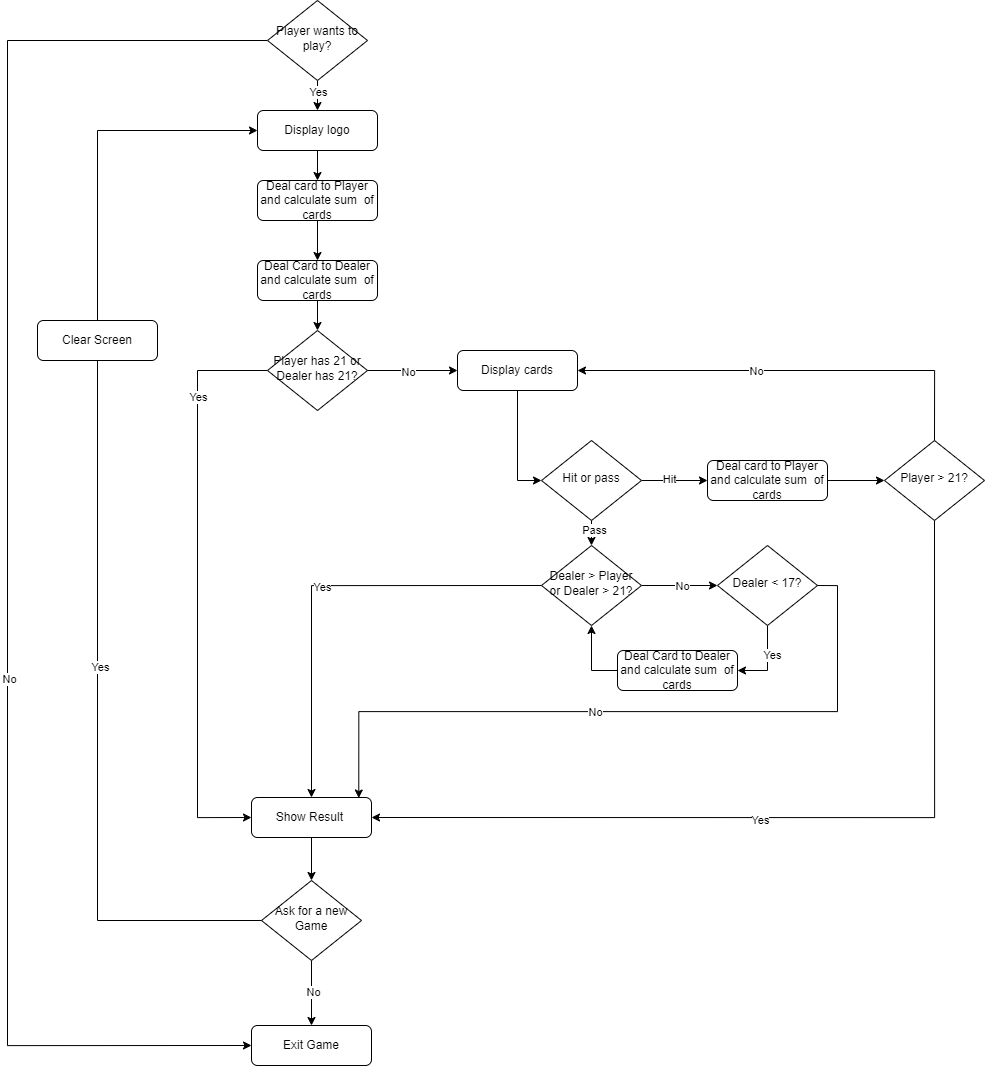
Above: day_11_blackjack_game/project_files/flowchart_blackjack.png in ErkanHatipoglu/100-days-of-code (draw.io), before the change. Source tidied: cells renumbered, new cells last; positions are measured from the earlier drawing's top-left corner, leaving out a move shared by most shapes.
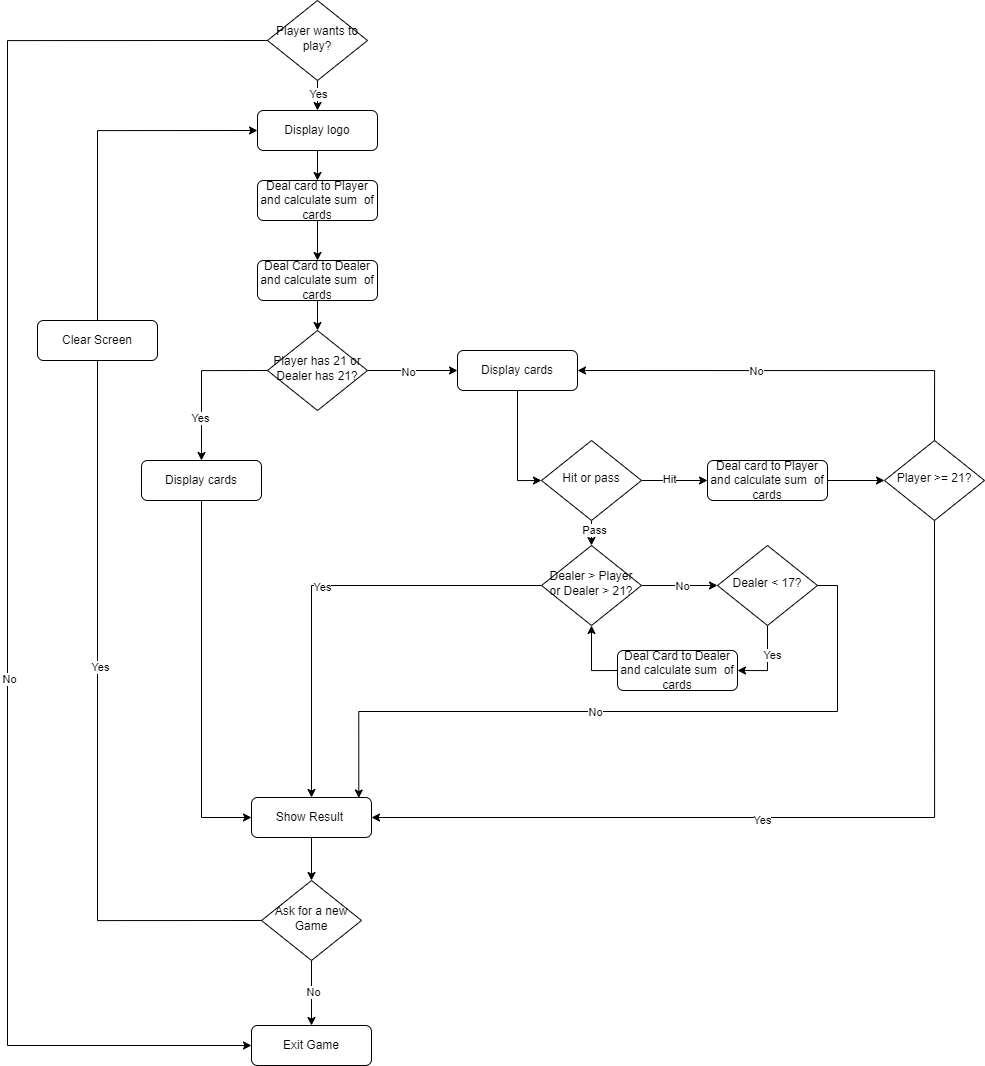
Later version of the same file.

Change to the diagram source:
```diff
@@ -14,23 +14,18 @@
     <mxCell id="5" value="Deal card to Player and calculate sum&amp;nbsp; of cards" style="rounded=1;whiteSpace=wrap;html=1;fontSize=12;glass=0;strokeWidth=1;shadow=0;" parent="1" vertex="1">
       <mxGeometry x="250" y="180" width="120" height="40" as="geometry" />
     </mxCell>
-    <mxCell id="6" style="edgeStyle=orthogonalEdgeStyle;rounded=0;jettySize=auto;html=1;exitX=0;exitY=0.5;exitDx=0;exitDy=0;entryX=0;entryY=0.5;entryDx=0;entryDy=0;" parent="1" edge="1" source="10" target="12">
-      <mxGeometry relative="1" as="geometry">
-        <Array as="points">
-          <mxPoint x="190" y="370" />
-          <mxPoint x="190" y="817" />
-        </Array>
-      </mxGeometry>
-    </mxCell>
-    <mxCell id="7" value="Yes" style="edgeLabel;html=1;align=center;verticalAlign=middle;" parent="6" vertex="1">
-      <mxGeometry x="-0.67" relative="1" as="geometry" />
-    </mxCell>
     <mxCell id="8" style="edgeStyle=orthogonalEdgeStyle;rounded=0;jettySize=auto;html=1;exitX=1;exitY=0.5;exitDx=0;exitDy=0;" parent="1" edge="1" source="10" target="14">
       <mxGeometry relative="1" as="geometry" />
     </mxCell>
     <mxCell id="9" value="No" style="edgeLabel;html=1;align=center;verticalAlign=middle;" parent="8" vertex="1">
       <mxGeometry x="-0.11" y="-1" relative="1" as="geometry" />
     </mxCell>
+    <mxCell id="54" style="edgeStyle=orthogonalEdgeStyle;rounded=0;jettySize=auto;html=1;exitX=0;exitY=0.5;exitDx=0;exitDy=0;entryX=0.5;entryY=0;entryDx=0;entryDy=0;" parent="1" edge="1" source="10" target="56">
+      <mxGeometry relative="1" as="geometry" />
+    </mxCell>
+    <mxCell id="7" value="Yes" style="edgeLabel;html=1;align=center;verticalAlign=middle;" parent="54" vertex="1">
+      <mxGeometry x="0.45" y="-2" relative="1" as="geometry" />
+    </mxCell>
     <mxCell id="10" value="Player has 21 or Dealer has 21?" style="rhombus;whiteSpace=wrap;html=1;shadow=0;fontFamily=Helvetica;fontSize=12;align=center;strokeWidth=1;spacing=6;spacingTop=-4;" parent="1" vertex="1">
       <mxGeometry x="260" y="330" width="100" height="80" as="geometry" />
     </mxCell>
@@ -161,7 +156,7 @@
         <mxPoint x="-1" as="offset" />
       </mxGeometry>
     </mxCell>
-    <mxCell id="48" value="Player &amp;gt; 21?" style="rhombus;whiteSpace=wrap;html=1;shadow=0;fontFamily=Helvetica;fontSize=12;align=center;strokeWidth=1;spacing=6;spacingTop=-4;" parent="1" vertex="1">
+    <mxCell id="48" value="Player &amp;gt;= 21?" style="rhombus;whiteSpace=wrap;html=1;shadow=0;fontFamily=Helvetica;fontSize=12;align=center;strokeWidth=1;spacing=6;spacingTop=-4;" parent="1" vertex="1">
       <mxGeometry x="877" y="440" width="100" height="80" as="geometry" />
     </mxCell>
     <mxCell id="49" style="edgeStyle=orthogonalEdgeStyle;rounded=0;jettySize=auto;html=1;exitX=0.5;exitY=1;exitDx=0;exitDy=0;entryX=1;entryY=0.5;entryDx=0;entryDy=0;" parent="1" edge="1" source="51" target="41">
@@ -179,5 +174,11 @@
     <mxCell id="53" value="No" style="edgeLabel;html=1;align=center;verticalAlign=middle;" parent="52" vertex="1">
       <mxGeometry x="0.09" relative="1" as="geometry" />
     </mxCell>
+    <mxCell id="55" style="edgeStyle=orthogonalEdgeStyle;rounded=0;jettySize=auto;html=1;exitX=0.5;exitY=1;exitDx=0;exitDy=0;entryX=0;entryY=0.5;entryDx=0;entryDy=0;" parent="1" edge="1" source="56" target="12">
+      <mxGeometry relative="1" as="geometry" />
+    </mxCell>
+    <mxCell id="56" value="Display cards" style="rounded=1;whiteSpace=wrap;html=1;fontSize=12;glass=0;strokeWidth=1;shadow=0;" parent="1" vertex="1">
+      <mxGeometry x="134" y="460" width="120" height="40" as="geometry" />
+    </mxCell>
   </root>
 </mxGraphModel>
```
